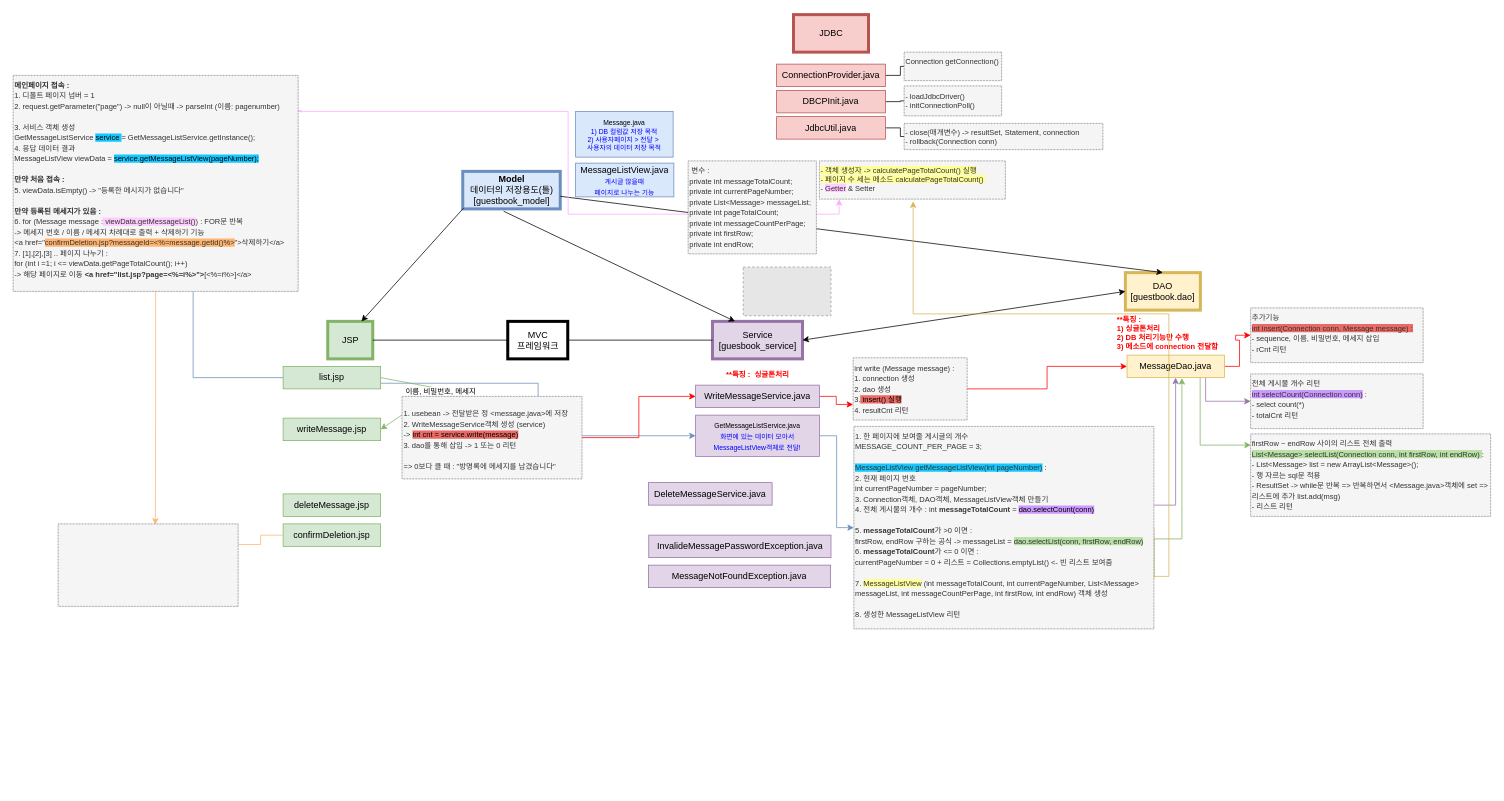
The draw.io diagram Database/GUESTBOOK/Untitled Diagram.drawio in iDaeun/Self_Study_bitcamp, before the edit. Source tidied: cells renumbered, new cells numbered last; positions are measured from the earlier drawing's top-left corner, leaving out a move shared by most shapes. Both pictures are drawn from the tidied source at 75%, with x=0, y=0 at pixel (13, 14). Pictures stored in the file or linked from it are replaced by grey dashed boxes.
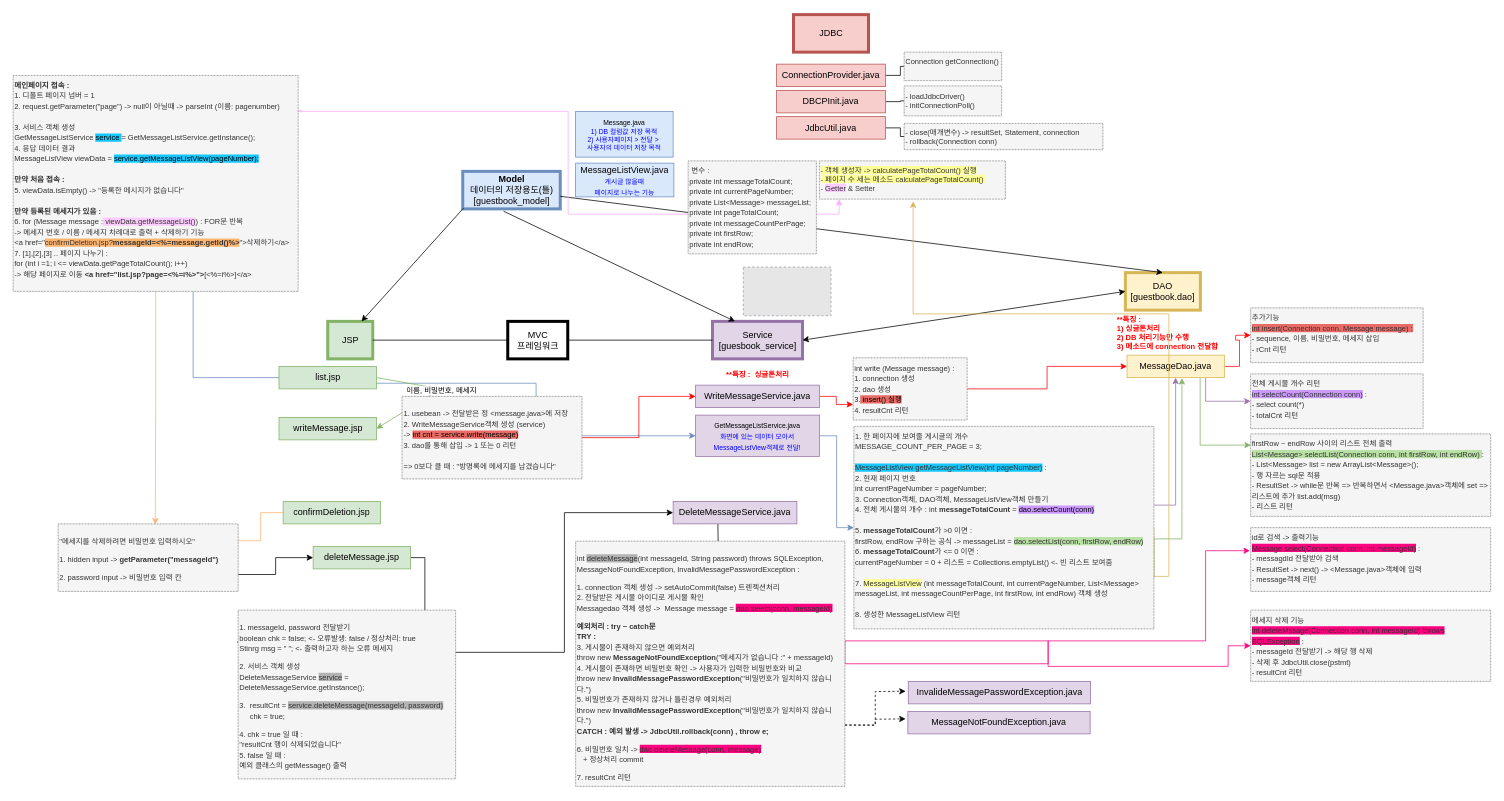
The same page after the edit.

What changed in the source:
```diff
@@
     <mxCell id="16" value="&lt;span&gt;list.jsp&lt;/span&gt;" style="text;strokeColor=#82b366;fillColor=#d5e8d4;html=1;whiteSpace=wrap;verticalAlign=middle;overflow=hidden;align=center;" parent="1" vertex="1">
-      <mxGeometry x="360" y="469" width="130" height="30" as="geometry" />
+      <mxGeometry x="354.5" y="469" width="130" height="30" as="geometry" />
     </mxCell>
     <mxCell id="17" value="&lt;span&gt;writeMessage.jsp&lt;/span&gt;" style="text;strokeColor=#82b366;fillColor=#d5e8d4;html=1;whiteSpace=wrap;verticalAlign=middle;overflow=hidden;align=center;" parent="1" vertex="1">
-      <mxGeometry x="360" y="538" width="130" height="30" as="geometry" />
+      <mxGeometry x="354.5" y="537" width="130" height="30" as="geometry" />
     </mxCell>
+    <mxCell id="65" style="edgeStyle=orthogonalEdgeStyle;rounded=0;jettySize=auto;html=1;exitX=1;exitY=0.5;exitDx=0;exitDy=0;entryX=-0.005;entryY=0.189;entryDx=0;entryDy=0;entryPerimeter=0;endArrow=none;endFill=0;strokeColor=#000000;" parent="1" edge="1" source="18" target="68">
+      <mxGeometry relative="1" as="geometry">
+        <Array as="points">
+          <mxPoint x="549" y="724" />
+        </Array>
+      </mxGeometry>
+    </mxCell>
     <mxCell id="18" value="deleteMessage.jsp" style="text;strokeColor=#82b366;fillColor=#d5e8d4;html=1;whiteSpace=wrap;verticalAlign=middle;overflow=hidden;align=center;" parent="1" vertex="1">
-      <mxGeometry x="360" y="639" width="130" height="30" as="geometry" />
+      <mxGeometry x="400" y="709" width="130" height="30" as="geometry" />
     </mxCell>
     <mxCell id="19" value="&lt;span&gt;confirmDeletion.jsp&lt;/span&gt;" style="text;strokeColor=#82b366;fillColor=#d5e8d4;html=1;whiteSpace=wrap;verticalAlign=middle;overflow=hidden;align=center;" parent="1" vertex="1">
-      <mxGeometry x="360" y="679" width="130" height="30" as="geometry" />
+      <mxGeometry x="360" y="649" width="130" height="30" as="geometry" />
     </mxCell>
@@
     <mxCell id="24" value="&lt;span&gt;DeleteMessageService.java&lt;/span&gt;" style="text;strokeColor=#9673a6;fillColor=#e1d5e7;html=1;whiteSpace=wrap;verticalAlign=middle;overflow=hidden;align=center;" parent="1" vertex="1">
-      <mxGeometry x="847" y="624" width="165" height="30" as="geometry" />
+      <mxGeometry x="880" y="649" width="165" height="30" as="geometry" />
     </mxCell>
     <mxCell id="25" value="&lt;span&gt;InvalideMessagePasswordException.java&lt;/span&gt;" style="text;strokeColor=#9673a6;fillColor=#e1d5e7;html=1;whiteSpace=wrap;verticalAlign=middle;overflow=hidden;align=center;" parent="1" vertex="1">
-      <mxGeometry x="847.5" y="694" width="243" height="30" as="geometry" />
+      <mxGeometry x="1193.5" y="889" width="243" height="30" as="geometry" />
     </mxCell>
     <mxCell id="26" value="&lt;span&gt;MessageNotFoundException.java&lt;/span&gt;" style="text;strokeColor=#9673a6;fillColor=#e1d5e7;html=1;whiteSpace=wrap;verticalAlign=middle;overflow=hidden;align=center;" parent="1" vertex="1">
-      <mxGeometry x="847" y="734" width="243" height="30" as="geometry" />
+      <mxGeometry x="1193" y="929" width="243" height="30" as="geometry" />
     </mxCell>
@@
-    <mxCell id="54" value="&lt;font style=&quot;line-height: 140%&quot;&gt;&lt;b style=&quot;font-size: 10px&quot;&gt;메인페이지 접속 :&lt;/b&gt;&lt;br&gt;1. 디폴트 페이지 넘버 = 1&lt;br&gt;2. request.getParameter(&quot;page&quot;) -&amp;gt; null이 아닐때 -&amp;gt; parseInt (이름: pagenumber)&lt;br&gt;&lt;br&gt;3. 서비스 객체 생성&lt;br&gt;GetMessageListService &lt;span style=&quot;font-size: 10px ; background-color: rgb(20 , 200 , 255)&quot;&gt;&lt;font color=&quot;#000000&quot;&gt;service&lt;/font&gt; &lt;/span&gt;= GetMessageListService.getInstance();&lt;br&gt;4. 응답 데이터 결과&lt;br&gt;MessageListView viewData = &lt;font color=&quot;#000000&quot; style=&quot;font-size: 10px ; background-color: rgb(20 , 200 , 255)&quot;&gt;service.getMessageListView(pageNumber);&lt;/font&gt;&lt;br&gt;&lt;br&gt;&lt;b style=&quot;font-size: 10px&quot;&gt;만약 처음 접속 :&lt;/b&gt;&lt;br&gt;5. viewData.isEmpty() -&amp;gt; &quot;등록한 메시지가 없습니다&quot;&lt;br&gt;&lt;br&gt;&lt;b style=&quot;font-size: 10px&quot;&gt;만약 등록된 메세지가 있음 :&lt;br&gt;&lt;/b&gt;6. for (Message message :&lt;span style=&quot;font-size: 10px ; background-color: rgb(255 , 204 , 255)&quot;&gt; viewData.getMessageList()&lt;/span&gt;) : FOR문 반복&lt;br&gt;-&amp;gt; 메세지 번호 / 이름 / 메세지 차례대로 출력 + 삭제하기 기능&lt;br&gt;&amp;lt;a href=&quot;&lt;span style=&quot;background-color: rgb(255 , 181 , 112)&quot;&gt;confirmDeletion.jsp?messageId=&amp;lt;%=message.getId()%&amp;gt;&lt;/span&gt;&quot;&amp;gt;삭제하기&amp;lt;/a&amp;gt;&lt;br&gt;7. [1],[2],[3] .. 페이지 나누기 :&lt;br&gt;for (int i =1; i &amp;lt;= viewData.getPageTotalCount(); i++)&amp;nbsp;&lt;br&gt;-&amp;gt; 해당 페이지로 이동&amp;nbsp;&lt;b&gt;&amp;lt;a href=&quot;list.jsp?page=&amp;lt;%=i%&amp;gt;&quot;&amp;gt;&lt;/b&gt;[&amp;lt;%=i%&amp;gt;]&amp;lt;/a&amp;gt;&lt;br&gt;&amp;nbsp;&lt;br&gt;&lt;/font&gt;" style="text;html=1;whiteSpace=wrap;verticalAlign=top;overflow=hidden;align=left;fillColor=#f5f5f5;strokeColor=#666666;fontColor=#333333;dashed=1;dashPattern=1 1;gradientColor=none;fontSize=10;" parent="1" vertex="1">
+    <mxCell id="54" value="&lt;font style=&quot;line-height: 140%&quot;&gt;&lt;b style=&quot;font-size: 10px&quot;&gt;메인페이지 접속 :&lt;/b&gt;&lt;br&gt;1. 디폴트 페이지 넘버 = 1&lt;br&gt;2. request.getParameter(&quot;page&quot;) -&amp;gt; null이 아닐때 -&amp;gt; parseInt (이름: pagenumber)&lt;br&gt;&lt;br&gt;3. 서비스 객체 생성&lt;br&gt;GetMessageListService &lt;span style=&quot;font-size: 10px ; background-color: rgb(20 , 200 , 255)&quot;&gt;&lt;font color=&quot;#000000&quot;&gt;service&lt;/font&gt; &lt;/span&gt;= GetMessageListService.getInstance();&lt;br&gt;4. 응답 데이터 결과&lt;br&gt;MessageListView viewData = &lt;font color=&quot;#000000&quot; style=&quot;font-size: 10px ; background-color: rgb(20 , 200 , 255)&quot;&gt;service.getMessageListView(pageNumber);&lt;/font&gt;&lt;br&gt;&lt;br&gt;&lt;b style=&quot;font-size: 10px&quot;&gt;만약 처음 접속 :&lt;/b&gt;&lt;br&gt;5. viewData.isEmpty() -&amp;gt; &quot;등록한 메시지가 없습니다&quot;&lt;br&gt;&lt;br&gt;&lt;b style=&quot;font-size: 10px&quot;&gt;만약 등록된 메세지가 있음 :&lt;br&gt;&lt;/b&gt;6. for (Message message :&lt;span style=&quot;font-size: 10px ; background-color: rgb(255 , 204 , 255)&quot;&gt; viewData.getMessageList()&lt;/span&gt;) : FOR문 반복&lt;br&gt;-&amp;gt; 메세지 번호 / 이름 / 메세지 차례대로 출력 + 삭제하기 기능&lt;br&gt;&amp;lt;a href=&quot;&lt;span style=&quot;background-color: rgb(255 , 181 , 112)&quot;&gt;confirmDeletion.jsp?&lt;b&gt;messageId=&amp;lt;%=message.getId()%&amp;gt;&lt;/b&gt;&lt;/span&gt;&quot;&amp;gt;삭제하기&amp;lt;/a&amp;gt;&lt;br&gt;7. [1],[2],[3] .. 페이지 나누기 :&lt;br&gt;for (int i =1; i &amp;lt;= viewData.getPageTotalCount(); i++)&amp;nbsp;&lt;br&gt;-&amp;gt; 해당 페이지로 이동&amp;nbsp;&lt;b&gt;&amp;lt;a href=&quot;list.jsp?page=&amp;lt;%=i%&amp;gt;&quot;&amp;gt;&lt;/b&gt;[&amp;lt;%=i%&amp;gt;]&amp;lt;/a&amp;gt;&lt;br&gt;&amp;nbsp;&lt;br&gt;&lt;/font&gt;" style="text;html=1;whiteSpace=wrap;verticalAlign=top;overflow=hidden;align=left;fillColor=#f5f5f5;strokeColor=#666666;fontColor=#333333;dashed=1;dashPattern=1 1;gradientColor=none;fontSize=10;" parent="1" vertex="1">
       <mxGeometry y="81" width="380" height="288" as="geometry" />
     </mxCell>
@@
+    <mxCell id="66" style="edgeStyle=orthogonalEdgeStyle;rounded=0;jettySize=auto;html=1;exitX=1;exitY=0.75;exitDx=0;exitDy=0;entryX=0;entryY=0.5;entryDx=0;entryDy=0;endArrow=classic;endFill=1;strokeColor=#000000;" parent="1" edge="1" source="64" target="18">
+      <mxGeometry relative="1" as="geometry" />
+    </mxCell>
-    <mxCell id="64" value="&lt;p style=&quot;line-height: 140%&quot;&gt;&lt;span style=&quot;font-size: 10px&quot;&gt;&lt;br style=&quot;font-size: 10px&quot;&gt;&lt;/span&gt;&lt;/p&gt;" style="text;html=1;whiteSpace=wrap;verticalAlign=top;overflow=hidden;align=left;fillColor=#f5f5f5;strokeColor=#666666;fontColor=#333333;dashed=1;dashPattern=1 1;gradientColor=none;fontSize=10;" parent="1" vertex="1">
-      <mxGeometry x="60" y="679" width="240" height="110" as="geometry" />
+    <mxCell id="64" value="&lt;p style=&quot;line-height: 140%&quot;&gt;&lt;span style=&quot;font-size: 10px&quot;&gt;&quot;메세지를 삭제하려면 비밀번호 입력하시오&quot;&lt;/span&gt;&lt;/p&gt;&lt;p style=&quot;line-height: 140%&quot;&gt;&lt;span style=&quot;font-size: 10px&quot;&gt;1. hidden input -&amp;gt; &lt;b&gt;getParameter(&quot;messageId&quot;)&lt;/b&gt;&lt;/span&gt;&lt;/p&gt;&lt;p style=&quot;line-height: 140%&quot;&gt;&lt;span style=&quot;font-size: 10px&quot;&gt;2. password input -&amp;gt; 비밀번호 입력 칸&lt;/span&gt;&lt;/p&gt;" style="text;html=1;whiteSpace=wrap;verticalAlign=top;overflow=hidden;align=left;fillColor=#f5f5f5;strokeColor=#666666;fontColor=#333333;dashed=1;dashPattern=1 1;gradientColor=none;fontSize=10;" parent="1" vertex="1">
+      <mxGeometry x="60" y="679" width="240" height="90" as="geometry" />
     </mxCell>
+    <mxCell id="67" style="edgeStyle=orthogonalEdgeStyle;rounded=0;jettySize=auto;html=1;exitX=1;exitY=0.25;exitDx=0;exitDy=0;entryX=0;entryY=0.5;entryDx=0;entryDy=0;endArrow=classic;endFill=1;strokeColor=#000000;" parent="1" edge="1" source="68" target="24">
+      <mxGeometry relative="1" as="geometry" />
+    </mxCell>
+    <mxCell id="68" value="&lt;p style=&quot;line-height: 140%&quot;&gt;&lt;span style=&quot;font-size: 10px&quot;&gt;1. messageId, password 전달받기&lt;br&gt;boolean chk = false; &amp;lt;- 오류발생: false / 정상처리: true&lt;br&gt;Stinrg msg = &quot; &quot;; &amp;lt;- 출력하고자 하는 오류 메세지&lt;/span&gt;&lt;/p&gt;&lt;p style=&quot;line-height: 140%&quot;&gt;&lt;span style=&quot;font-size: 10px&quot;&gt;2. 서비스 객체 생성&lt;br&gt;&lt;/span&gt;&lt;span&gt;DeleteMessageService &lt;/span&gt;&lt;span style=&quot;background-color: rgb(179 , 179 , 179)&quot;&gt;service&lt;/span&gt;&lt;span&gt; = DeleteMessageService.getInstance();&lt;/span&gt;&lt;/p&gt;&lt;p style=&quot;line-height: 140%&quot;&gt;3.&amp;nbsp; resultCnt =&amp;nbsp;&lt;span style=&quot;background-color: rgb(179 , 179 , 179)&quot;&gt;service.deleteMessage(messageId, password)&lt;/span&gt;&lt;br&gt;&amp;nbsp; &amp;nbsp; &amp;nbsp;chk = true;&lt;/p&gt;&lt;p style=&quot;line-height: 140%&quot;&gt;4. chk = true 일 때 :&lt;br&gt;&quot;resultCnt 행이 삭제되었습니다&quot;&lt;br&gt;5. false 일 때 :&lt;br&gt;예외 클래스의 getMessage() 출력&lt;/p&gt;" style="text;html=1;whiteSpace=wrap;verticalAlign=top;overflow=hidden;align=left;fillColor=#f5f5f5;strokeColor=#666666;fontColor=#333333;dashed=1;dashPattern=1 1;gradientColor=none;fontSize=10;" parent="1" vertex="1">
+      <mxGeometry x="300" y="794" width="290" height="225" as="geometry" />
+    </mxCell>
+    <mxCell id="69" style="edgeStyle=orthogonalEdgeStyle;rounded=0;jettySize=auto;html=1;entryX=0.362;entryY=1.011;entryDx=0;entryDy=0;entryPerimeter=0;endArrow=none;endFill=0;strokeColor=#000000;" parent="1" edge="1" target="24">
+      <mxGeometry relative="1" as="geometry">
+        <mxPoint x="940" y="702" as="sourcePoint" />
+      </mxGeometry>
+    </mxCell>
+    <mxCell id="70" style="edgeStyle=orthogonalEdgeStyle;rounded=0;jettySize=auto;html=1;exitX=1;exitY=0.5;exitDx=0;exitDy=0;entryX=-0.003;entryY=0.362;entryDx=0;entryDy=0;entryPerimeter=0;endArrow=classic;endFill=1;strokeColor=#FF0080;" parent="1" edge="1" source="74" target="75">
+      <mxGeometry relative="1" as="geometry">
+        <Array as="points">
+          <mxPoint x="1590" y="835" />
+          <mxPoint x="1590" y="714" />
+        </Array>
+      </mxGeometry>
+    </mxCell>
+    <mxCell id="71" style="edgeStyle=orthogonalEdgeStyle;rounded=0;jettySize=auto;html=1;exitX=1;exitY=0.5;exitDx=0;exitDy=0;entryX=0;entryY=0.5;entryDx=0;entryDy=0;endArrow=classic;endFill=1;strokeColor=#FF0080;" parent="1" edge="1" source="74" target="76">
+      <mxGeometry relative="1" as="geometry">
+        <Array as="points">
+          <mxPoint x="1380" y="835" />
+          <mxPoint x="1380" y="869" />
+          <mxPoint x="1620" y="869" />
+          <mxPoint x="1620" y="841" />
+          <mxPoint x="1640" y="841" />
+        </Array>
+      </mxGeometry>
+    </mxCell>
+    <mxCell id="72" style="edgeStyle=orthogonalEdgeStyle;rounded=0;jettySize=auto;html=1;exitX=1;exitY=0.75;exitDx=0;exitDy=0;endArrow=classic;endFill=1;strokeColor=#000000;dashed=1;" parent="1" edge="1" source="74">
+      <mxGeometry relative="1" as="geometry">
+        <mxPoint x="1190" y="902.1" as="targetPoint" />
+      </mxGeometry>
+    </mxCell>
+    <mxCell id="73" style="edgeStyle=orthogonalEdgeStyle;rounded=0;jettySize=auto;html=1;exitX=1;exitY=0.75;exitDx=0;exitDy=0;endArrow=classic;endFill=1;strokeColor=#000000;dashed=1;" parent="1" edge="1" source="74">
+      <mxGeometry relative="1" as="geometry">
+        <mxPoint x="1190" y="939" as="targetPoint" />
+      </mxGeometry>
+    </mxCell>
+    <mxCell id="74" value="&lt;p style=&quot;line-height: 140%&quot;&gt;int &lt;span style=&quot;background-color: rgb(179 , 179 , 179)&quot;&gt;deleteMessage&lt;/span&gt;(int messageId, String password) throws SQLException, MessageNotFoundException, InvalidMessagePasswordException :&lt;/p&gt;&lt;p style=&quot;line-height: 140%&quot;&gt;1. connection 객체 생성 -&amp;gt; setAutoCommit(false) 트렌젝션처리&lt;br&gt;2. 전달받은 게시물 아이디로 게시물 확인&amp;nbsp;&lt;br&gt;Messagedao 객체 생성 -&amp;gt;&amp;nbsp; Message message = &lt;span style=&quot;background-color: rgb(255 , 0 , 128)&quot;&gt;dao.select(conn, messageId)&lt;/span&gt;&lt;/p&gt;&lt;p style=&quot;line-height: 140%&quot;&gt;&lt;b&gt;예외처리 : try ~ catch문&lt;br&gt;TRY :&lt;/b&gt;&lt;br&gt;3. 게시물이 존재하지 않으면 예외처리&lt;br&gt;throw new &lt;b&gt;MessageNotFoundException&lt;/b&gt;(&quot;메세지가 없습니다 :&quot; + messageId)&lt;br&gt;4. 게시물이 존재하면 비밀번호 확인 -&amp;gt; 사용자가 입력한 비밀번호와 비교&lt;br&gt;throw new &lt;b&gt;InvalidMessagePasswordException&lt;/b&gt;(&quot;비밀번호가 일치하지 않습니다.&quot;)&lt;br&gt;5. 비밀번호가 존재하지 않거나 틀린경우 예외처리&lt;br&gt;throw new&lt;b&gt; InvalidMessagePasswordException&lt;/b&gt;(&quot;비밀번호가 일치하지 않습니다.&quot;)&lt;br&gt;&lt;b&gt;CATCH : 예외 발생 -&amp;gt; JdbcUtil.rollback(conn) , throw e;&lt;/b&gt;&lt;/p&gt;&lt;p style=&quot;line-height: 140%&quot;&gt;6. 비밀번호 일치 -&amp;gt; &lt;span style=&quot;background-color: rgb(255 , 0 , 128)&quot;&gt;dao.deleteMessage(conn, message)&lt;/span&gt;&lt;br&gt;&amp;nbsp; &amp;nbsp;+ 정상처리 commit&lt;/p&gt;&lt;p style=&quot;line-height: 140%&quot;&gt;7. resultCnt 리턴&lt;/p&gt;" style="text;html=1;whiteSpace=wrap;verticalAlign=top;overflow=hidden;align=left;fillColor=#f5f5f5;strokeColor=#666666;fontColor=#333333;dashed=1;dashPattern=1 1;gradientColor=none;fontSize=10;" parent="1" vertex="1">
+      <mxGeometry x="750" y="702" width="359" height="327" as="geometry" />
+    </mxCell>
+    <mxCell id="75" value="&lt;span style=&quot;line-height: 140%&quot;&gt;id로 검색 -&amp;gt; 출력기능&lt;br&gt;&lt;span style=&quot;background-color: rgb(255 , 0 , 128)&quot;&gt;Message select(Connection conn, int messageId)&lt;/span&gt;&amp;nbsp;:&amp;nbsp;&lt;br&gt;- messagdId 전달받아 검색&lt;br&gt;- ResultSet -&amp;gt; next() -&amp;gt; &amp;lt;Message.java&amp;gt;객체에 입력&lt;br&gt;- message객체 리턴&lt;br&gt;&lt;br style=&quot;font-size: 10px&quot;&gt;&lt;/span&gt;" style="text;html=1;whiteSpace=wrap;verticalAlign=top;overflow=hidden;align=left;fillColor=#f5f5f5;strokeColor=#666666;fontColor=#333333;dashed=1;dashPattern=1 1;gradientColor=none;fontSize=10;" parent="1" vertex="1">
+      <mxGeometry x="1650" y="684" width="320" height="85" as="geometry" />
+    </mxCell>
+    <mxCell id="76" value="&lt;span style=&quot;line-height: 140%&quot;&gt;메세지 삭제 기능&lt;br&gt;&lt;span style=&quot;background-color: rgb(255 , 0 , 128)&quot;&gt;int deleteMssage(Connection conn, int messageId) throws SQLException&lt;/span&gt; :&lt;br&gt;- messageId 전달받기 -&amp;gt; 해당 행 삭제&lt;br&gt;- 삭제 후&amp;nbsp;JdbcUtil.close(pstmt)&lt;br&gt;- resultCnt 리턴&lt;br&gt;&lt;br style=&quot;font-size: 10px&quot;&gt;&lt;/span&gt;" style="text;html=1;whiteSpace=wrap;verticalAlign=top;overflow=hidden;align=left;fillColor=#f5f5f5;strokeColor=#666666;fontColor=#333333;dashed=1;dashPattern=1 1;gradientColor=none;fontSize=10;" parent="1" vertex="1">
+      <mxGeometry x="1650" y="794" width="320" height="95" as="geometry" />
+    </mxCell>
```
